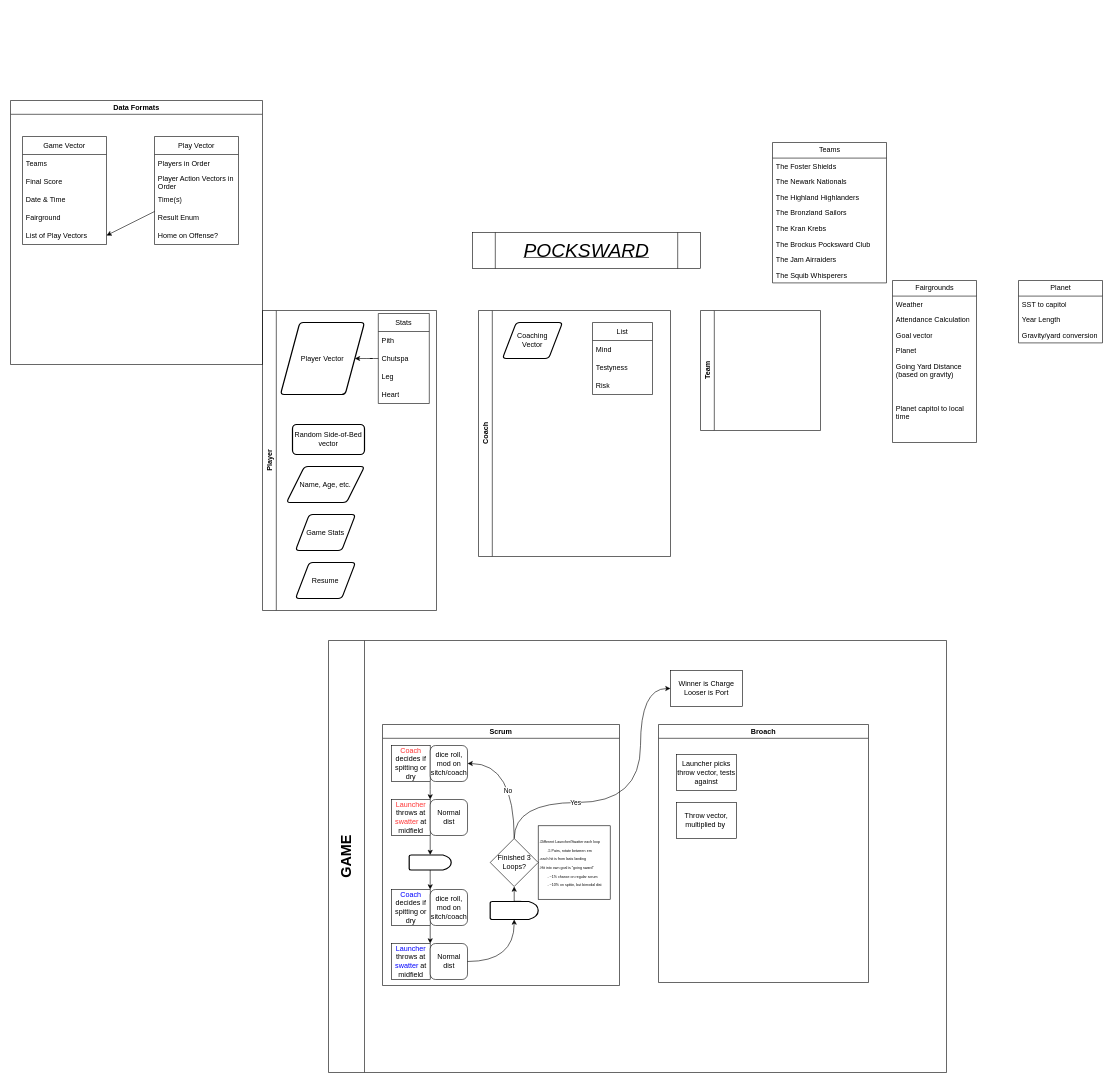
The draw.io diagram Pockslide.drawio in Leviticoos/pockslide, before the edit. Source tidied: cells renumbered, new cells numbered last; positions are measured from the earlier drawing's top-left corner, leaving out a move shared by most shapes. Both pictures are drawn from the tidied source at 60%, with x=0, y=0 at pixel (10, 100).
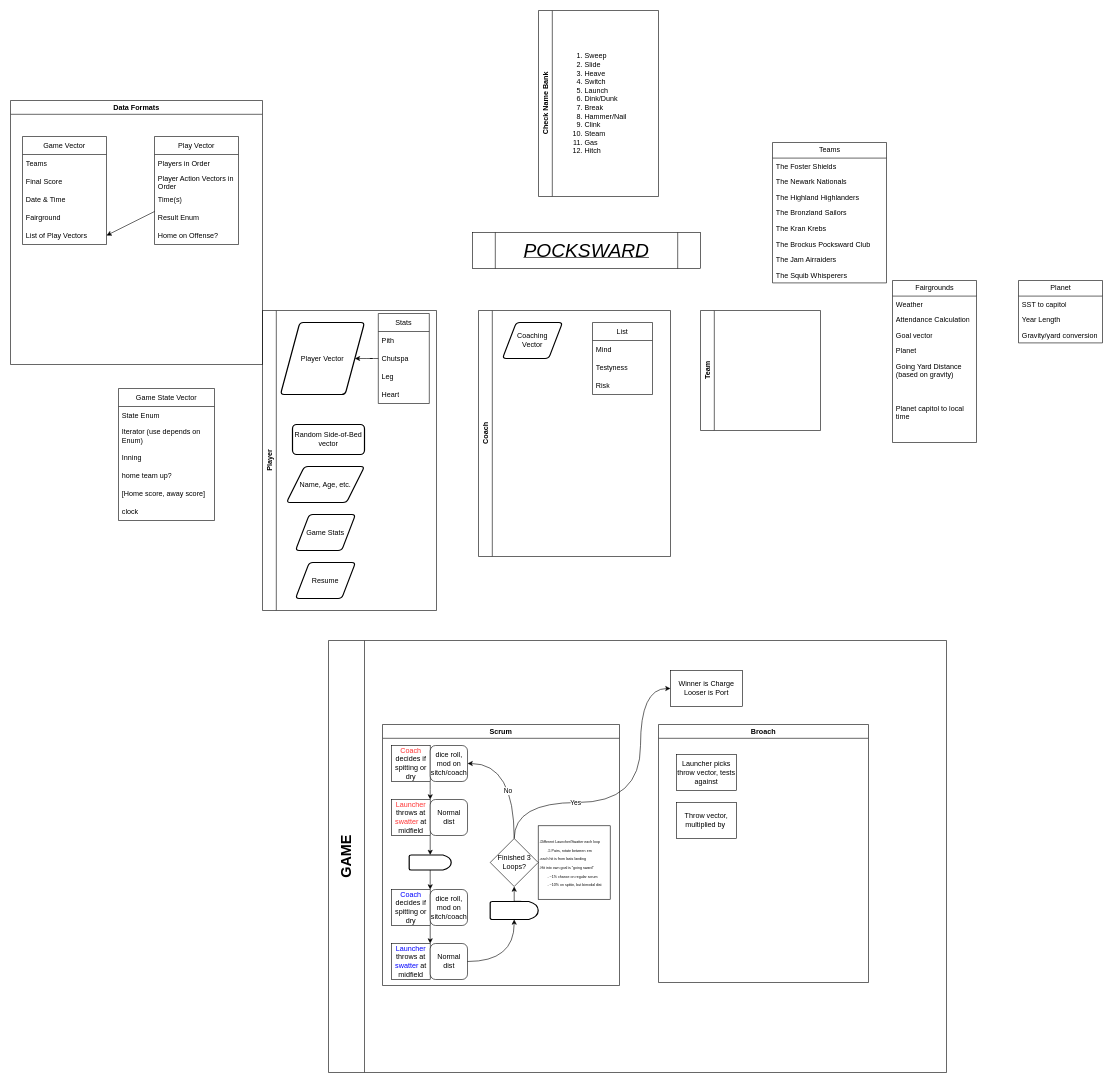
The same diagram, later.

Diff of the diagram source:
```diff
@@
+    <mxCell id="84" value="Check Name Bank" style="swimlane;horizontal=0;whiteSpace=wrap;html=1;" parent="1" vertex="1">
+      <mxGeometry x="880" y="-150" width="200" height="310" as="geometry" />
+    </mxCell>
+    <mxCell id="85" value="&lt;ol&gt;&lt;li&gt;Sweep&lt;/li&gt;&lt;li&gt;Slide&lt;/li&gt;&lt;li&gt;Heave&lt;/li&gt;&lt;li&gt;Switch&lt;/li&gt;&lt;li&gt;Launch&lt;/li&gt;&lt;li&gt;Dink/Dunk&lt;/li&gt;&lt;li&gt;Break&lt;/li&gt;&lt;li&gt;Hammer/Nail&lt;/li&gt;&lt;li&gt;Clink&lt;/li&gt;&lt;li&gt;Steam&lt;/li&gt;&lt;li&gt;Gas&lt;/li&gt;&lt;li&gt;Hitch&lt;/li&gt;&lt;/ol&gt;" style="text;html=1;align=left;verticalAlign=middle;strokeColor=none;fillColor=none;" parent="84" vertex="1">
+      <mxGeometry x="35" y="15" width="130" height="280" as="geometry" />
+    </mxCell>
+    <mxCell id="86" value="Game State Vector" style="swimlane;fontStyle=0;horizontal=1;startSize=30;whiteSpace=wrap;html=1;" parent="1" vertex="1">
+      <mxGeometry x="180" y="480" width="160" height="220" as="geometry" />
+    </mxCell>
+    <mxCell id="87" value="State Enum" style="text;strokeColor=none;fillColor=none;align=left;verticalAlign=middle;spacingLeft=4;spacingRight=4;overflow=hidden;whiteSpace=wrap;html=1;" parent="86" vertex="1">
+      <mxGeometry y="30" width="160" height="30" as="geometry" />
+    </mxCell>
+    <mxCell id="88" value="Iterator (use depends on Enum)" style="text;strokeColor=none;fillColor=none;align=left;verticalAlign=middle;spacingLeft=4;spacingRight=4;overflow=hidden;whiteSpace=wrap;html=1;" parent="86" vertex="1">
+      <mxGeometry y="60" width="160" height="40" as="geometry" />
+    </mxCell>
+    <mxCell id="89" value="Inning" style="text;strokeColor=none;fillColor=none;align=left;verticalAlign=middle;spacingLeft=4;spacingRight=4;overflow=hidden;whiteSpace=wrap;html=1;" parent="86" vertex="1">
+      <mxGeometry y="100" width="160" height="30" as="geometry" />
+    </mxCell>
+    <mxCell id="90" value="home team up?" style="text;strokeColor=none;fillColor=none;align=left;verticalAlign=middle;spacingLeft=4;spacingRight=4;overflow=hidden;whiteSpace=wrap;html=1;" parent="86" vertex="1">
+      <mxGeometry y="130" width="160" height="30" as="geometry" />
+    </mxCell>
+    <mxCell id="91" value="[Home score, away score]" style="text;strokeColor=none;fillColor=none;align=left;verticalAlign=middle;spacingLeft=4;spacingRight=4;overflow=hidden;whiteSpace=wrap;html=1;" parent="86" vertex="1">
+      <mxGeometry y="160" width="160" height="30" as="geometry" />
+    </mxCell>
+    <mxCell id="92" value="clock" style="text;strokeColor=none;fillColor=none;align=left;verticalAlign=middle;spacingLeft=4;spacingRight=4;overflow=hidden;whiteSpace=wrap;html=1;" parent="86" vertex="1">
+      <mxGeometry y="190" width="160" height="30" as="geometry" />
+    </mxCell>
```
